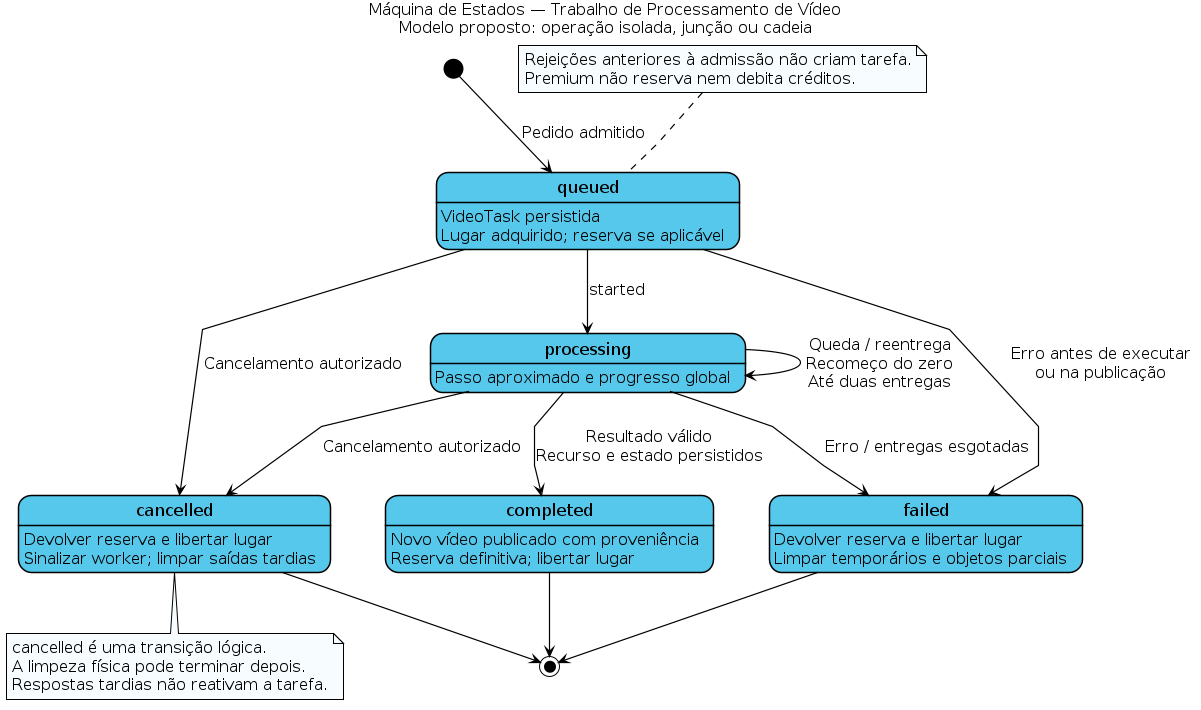
Above: Documentos consulta/src-doc-ext-requisitos-template/images/maquina_estados_video.png in luis444coelho/picturas-27-extension (PlantUML), before the change. Its source is kept beside it as Documentos consulta/src-doc-ext-requisitos-template/images/maquina_estados_video.puml. Its diagram source:
```plantuml
@startuml maquina_estados_video
skinparam monochrome false
skinparam shadowing false
skinparam roundcorner 0
skinparam linetype polyline
skinparam defaultFontName Arial
skinparam defaultFontSize 16
skinparam stateFontSize 17
skinparam stateBackgroundColor #55C8EC
skinparam stateBorderColor black
skinparam stateArrowColor black
skinparam ArrowColor black
skinparam ArrowThickness 1.2
skinparam noteBackgroundColor #F7FCFE
skinparam noteBorderColor black
skinparam nodesep 55
skinparam ranksep 60
top to bottom direction

title Máquina de Estados — Trabalho de Processamento de Vídeo\nModelo proposto: operação isolada, junção ou cadeia

state "queued" as Queued
state "processing" as Processing
state "completed" as Completed
state "failed" as Failed
state "cancelled" as Cancelled

Queued : VideoTask persistida
Queued : Lugar adquirido; reserva se aplicável
Processing : Passo aproximado e progresso global
Completed : Novo vídeo publicado com proveniência
Completed : Reserva definitiva; libertar lugar
Failed : Devolver reserva e libertar lugar
Failed : Limpar temporários e objetos parciais
Cancelled : Devolver reserva e libertar lugar
Cancelled : Sinalizar worker; limpar saídas tardias

[*] --> Queued : Pedido admitido
Queued --> Processing : started
Queued --> Failed : Erro antes de executar\nou na publicação
Queued --> Cancelled : Cancelamento autorizado
Processing --> Processing : Queda / reentrega\nRecomeço do zero\nAté duas entregas
Processing --> Completed : Resultado válido\nRecurso e estado persistidos
Processing --> Failed : Erro / entregas esgotadas
Processing --> Cancelled : Cancelamento autorizado
Completed --> [*]
Failed --> [*]
Cancelled --> [*]

note top of Queued
  Rejeições anteriores à admissão não criam tarefa.
  Premium não reserva nem debita créditos.
end note
note bottom of Cancelled
  cancelled é uma transição lógica.
  A limpeza física pode terminar depois.
  Respostas tardias não reativam a tarefa.
end note
@enduml
```
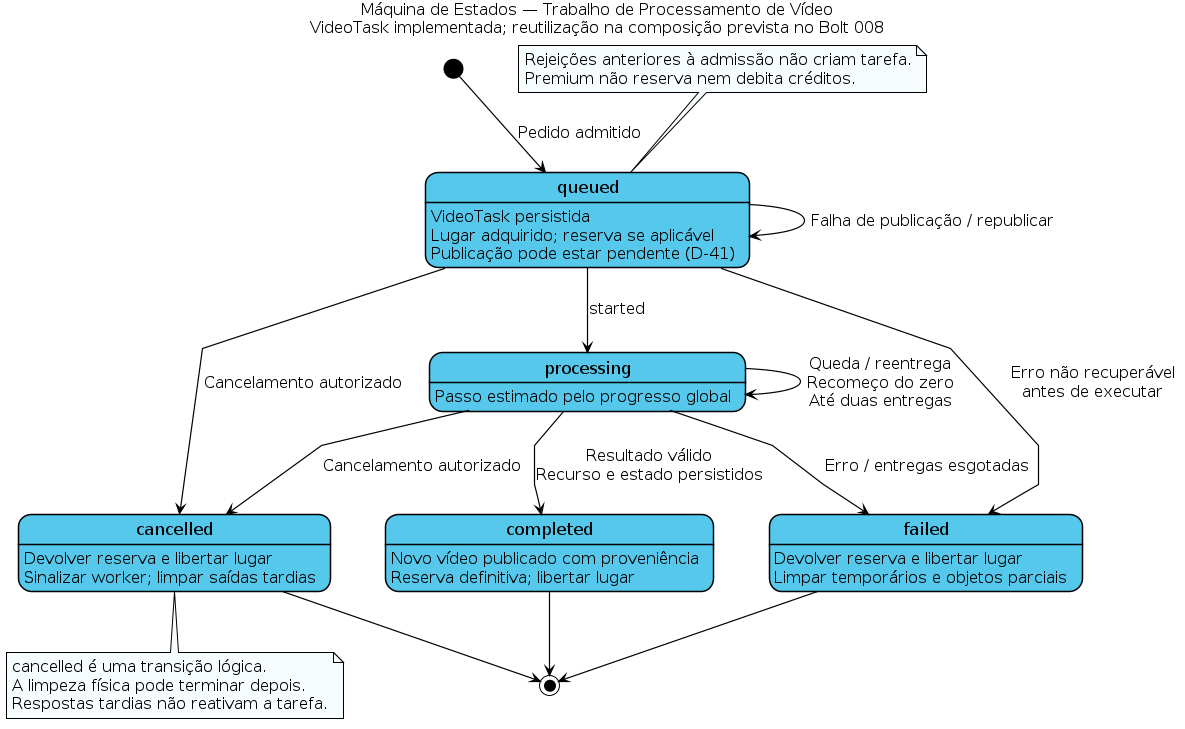
After the change.

Diff of the diagram source:
```diff
@@ -17,7 +17,7 @@
 skinparam ranksep 60
 top to bottom direction
 
-title Máquina de Estados — Trabalho de Processamento de Vídeo\nModelo proposto: operação isolada, junção ou cadeia
+title Máquina de Estados — Trabalho de Processamento de Vídeo\nVideoTask implementada; reutilização na composição prevista no Bolt 008
 
 state "queued" as Queued
 state "processing" as Processing
@@ -27,7 +27,8 @@
 
 Queued : VideoTask persistida
 Queued : Lugar adquirido; reserva se aplicável
-Processing : Passo aproximado e progresso global
+Queued : Publicação pode estar pendente (D-41)
+Processing : Passo estimado pelo progresso global
 Completed : Novo vídeo publicado com proveniência
 Completed : Reserva definitiva; libertar lugar
 Failed : Devolver reserva e libertar lugar
@@ -36,8 +37,9 @@
 Cancelled : Sinalizar worker; limpar saídas tardias
 
 [*] --> Queued : Pedido admitido
+Queued --> Queued : Falha de publicação / republicar
 Queued --> Processing : started
-Queued --> Failed : Erro antes de executar\nou na publicação
+Queued --> Failed : Erro não recuperável\nantes de executar
 Queued --> Cancelled : Cancelamento autorizado
 Processing --> Processing : Queda / reentrega\nRecomeço do zero\nAté duas entregas
 Processing --> Completed : Resultado válido\nRecurso e estado persistidos
```
